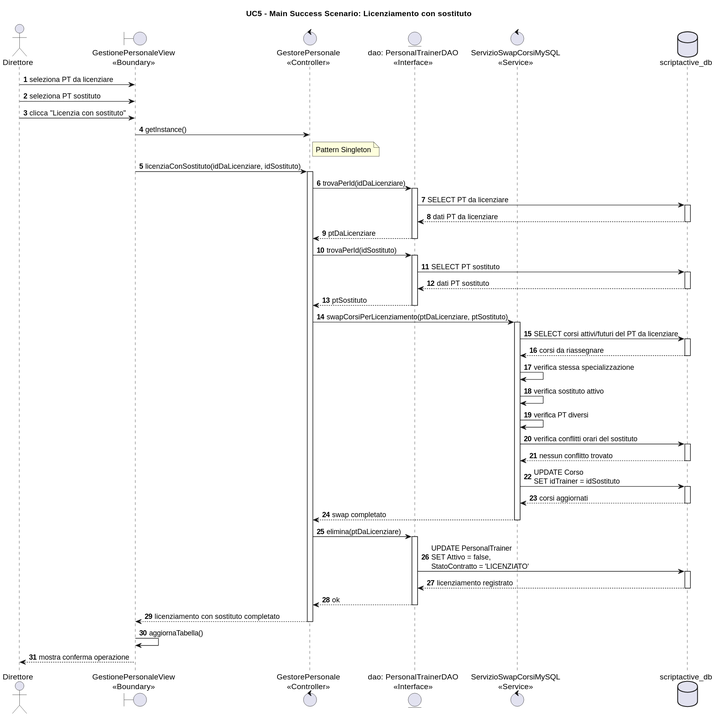
The PlantUML diagram ScriptActive/Documenti/08. Diagrammi di Sequenza/Visualizzazioni/DSequenzaUC5Main3.svg in svilu999/Progetto-ScriptActive, before a commit.
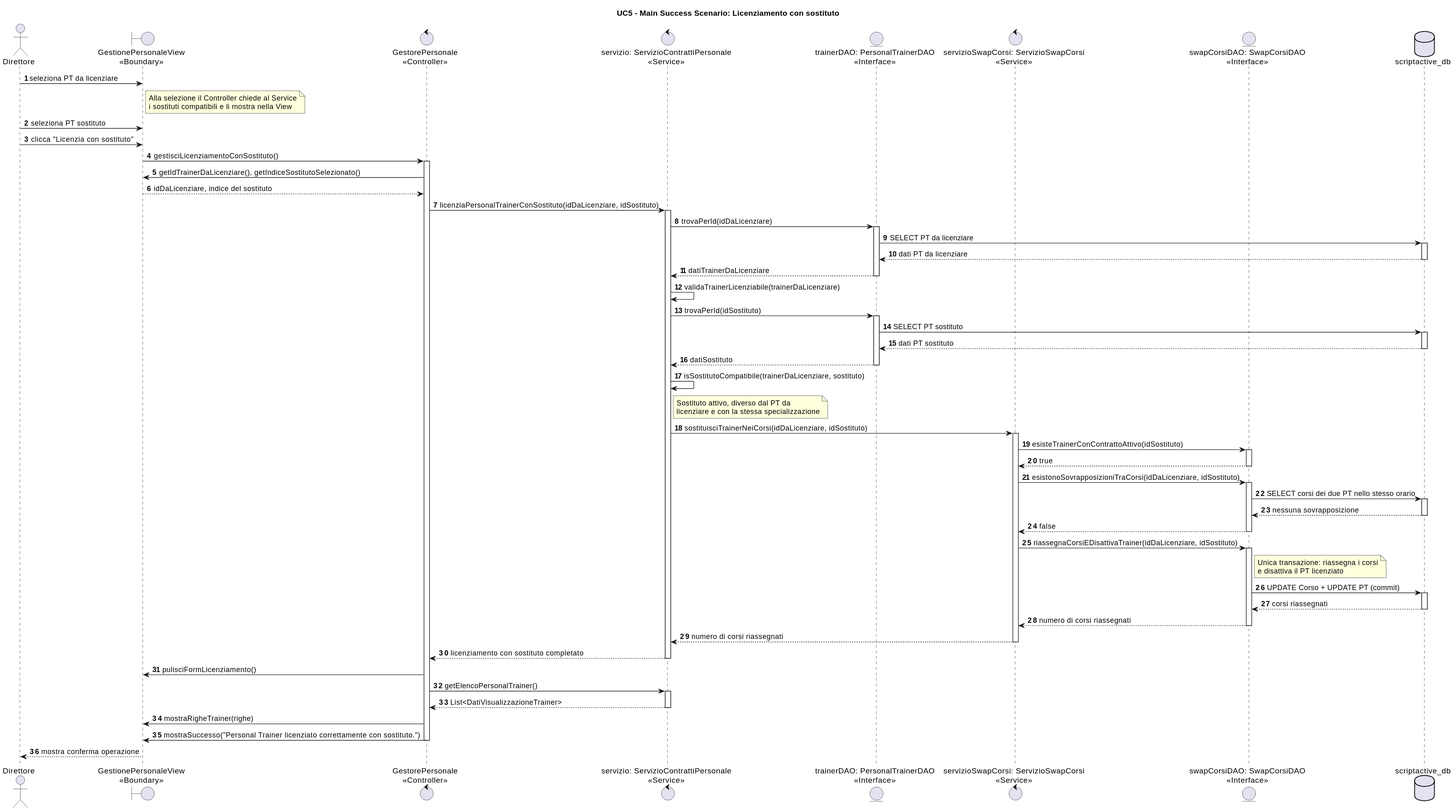
Above is the later version.

Change to the diagram source:
```diff
@@ -6,83 +6,99 @@
 actor "Direttore" as Direttore
 boundary "GestionePersonaleView\n<<Boundary>>" as View
 control "GestorePersonale\n<<Controller>>" as Controller
-entity "dao: PersonalTrainerDAO\n<<Interface>>" as PTDAO
-control "ServizioSwapCorsiMySQL\n<<Service>>" as SwapService
+control "servizio: ServizioContrattiPersonale\n<<Service>>" as Servizio
+entity "trainerDAO: PersonalTrainerDAO\n<<Interface>>" as PTDAO
+control "servizioSwapCorsi: ServizioSwapCorsi\n<<Service>>" as SwapService
+entity "swapCorsiDAO: SwapCorsiDAO\n<<Interface>>" as SwapDAO
 database "scriptactive_db" as DB
 
 Direttore -> View : seleziona PT da licenziare
+note right of View
+Alla selezione il Controller chiede al Service
+i sostituti compatibili e li mostra nella View
+end note
 Direttore -> View : seleziona PT sostituto
 Direttore -> View : clicca "Licenzia con sostituto"
 
-View -> Controller : getInstance()
-note right of Controller
-Pattern Singleton
-end note
-
-View -> Controller : licenziaConSostituto(idDaLicenziare, idSostituto)
+View -> Controller : gestisciLicenziamentoConSostituto()
 activate Controller
 
-Controller -> PTDAO : trovaPerId(idDaLicenziare)
+Controller -> View : getIdTrainerDaLicenziare(), getIndiceSostitutoSelezionato()
+View --> Controller : idDaLicenziare, indice del sostituto
+
+Controller -> Servizio : licenziaPersonalTrainerConSostituto(idDaLicenziare, idSostituto)
+activate Servizio
+
+Servizio -> PTDAO : trovaPerId(idDaLicenziare)
 activate PTDAO
-
 PTDAO -> DB : SELECT PT da licenziare
 activate DB
 DB --> PTDAO : dati PT da licenziare
 deactivate DB
-
-PTDAO --> Controller : ptDaLicenziare
+PTDAO --> Servizio : datiTrainerDaLicenziare
 deactivate PTDAO
 
-Controller -> PTDAO : trovaPerId(idSostituto)
+Servizio -> Servizio : validaTrainerLicenziabile(trainerDaLicenziare)
+
+Servizio -> PTDAO : trovaPerId(idSostituto)
 activate PTDAO
-
 PTDAO -> DB : SELECT PT sostituto
 activate DB
 DB --> PTDAO : dati PT sostituto
 deactivate DB
-
-PTDAO --> Controller : ptSostituto
+PTDAO --> Servizio : datiSostituto
 deactivate PTDAO
 
-Controller -> SwapService : swapCorsiPerLicenziamento(ptDaLicenziare, ptSostituto)
+Servizio -> Servizio : isSostitutoCompatibile(trainerDaLicenziare, sostituto)
+note right of Servizio
+Sostituto attivo, diverso dal PT da
+licenziare e con la stessa specializzazione
+end note
+
+Servizio -> SwapService : sostituisciTrainerNeiCorsi(idDaLicenziare, idSostituto)
 activate SwapService
 
-SwapService -> DB : SELECT corsi attivi/futuri del PT da licenziare
+SwapService -> SwapDAO : esisteTrainerConContrattoAttivo(idSostituto)
+activate SwapDAO
+SwapDAO --> SwapService : true
+deactivate SwapDAO
+
+SwapService -> SwapDAO : esistonoSovrapposizioniTraCorsi(idDaLicenziare, idSostituto)
+activate SwapDAO
+SwapDAO -> DB : SELECT corsi dei due PT nello stesso orario
 activate DB
-DB --> SwapService : corsi da riassegnare
+DB --> SwapDAO : nessuna sovrapposizione
 deactivate DB
+SwapDAO --> SwapService : false
+deactivate SwapDAO
 
-SwapService -> SwapService : verifica stessa specializzazione
-SwapService -> SwapService : verifica sostituto attivo
-SwapService -> SwapService : verifica PT diversi
+SwapService -> SwapDAO : riassegnaCorsiEDisattivaTrainer(idDaLicenziare, idSostituto)
+activate SwapDAO
+note right of SwapDAO
+Unica transazione: riassegna i corsi
+e disattiva il PT licenziato
+end note
+SwapDAO -> DB : UPDATE Corso + UPDATE PT (commit)
+activate DB
+DB --> SwapDAO : corsi riassegnati
+deactivate DB
+SwapDAO --> SwapService : numero di corsi riassegnati
+deactivate SwapDAO
 
-SwapService -> DB : verifica conflitti orari del sostituto
-activate DB
-DB --> SwapService : nessun conflitto trovato
-deactivate DB
-
-SwapService -> DB : UPDATE Corso\nSET idTrainer = idSostituto
-activate DB
-DB --> SwapService : corsi aggiornati
-deactivate DB
-
-SwapService --> Controller : swap completato
+SwapService --> Servizio : numero di corsi riassegnati
 deactivate SwapService
 
-Controller -> PTDAO : elimina(ptDaLicenziare)
-activate PTDAO
+Servizio --> Controller : licenziamento con sostituto completato
+deactivate Servizio
 
-PTDAO -> DB : UPDATE PersonalTrainer\nSET Attivo = false,\nStatoContratto = 'LICENZIATO'
-activate DB
-DB --> PTDAO : licenziamento registrato
-deactivate DB
-
-PTDAO --> Controller : ok
-deactivate PTDAO
-
-Controller --> View : licenziamento con sostituto completato
+Controller -> View : pulisciFormLicenziamento()
+Controller -> Servizio : getElencoPersonalTrainer()
+activate Servizio
+Servizio --> Controller : List<DatiVisualizzazioneTrainer>
+deactivate Servizio
+Controller -> View : mostraRigheTrainer(righe)
+Controller -> View : mostraSuccesso("Personal Trainer licenziato correttamente con sostituto.")
 deactivate Controller
 
-View -> View : aggiornaTabella()
 View --> Direttore : mostra conferma operazione
 @enduml
```
